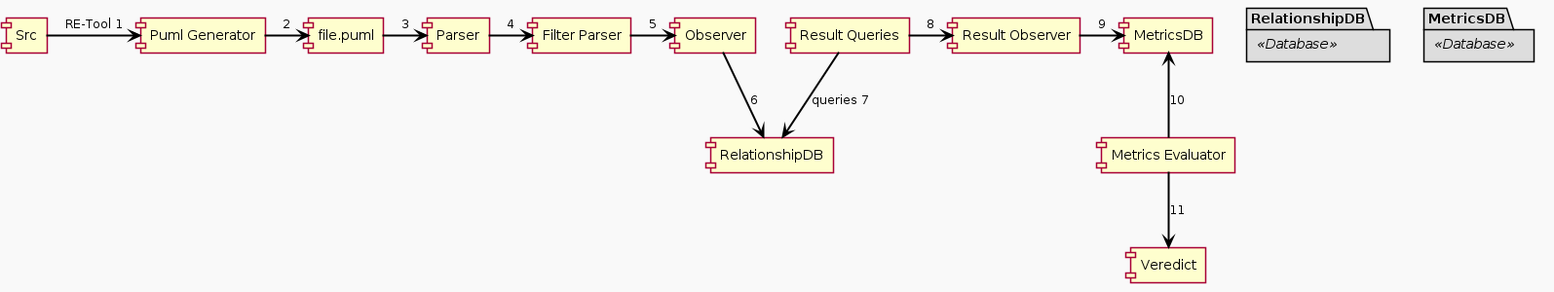
The PlantUML diagram Design/ComunicationDiagram.png in GonzaloGarciaZurlo/CodeDesignDeltaEvaluator, before a commit.
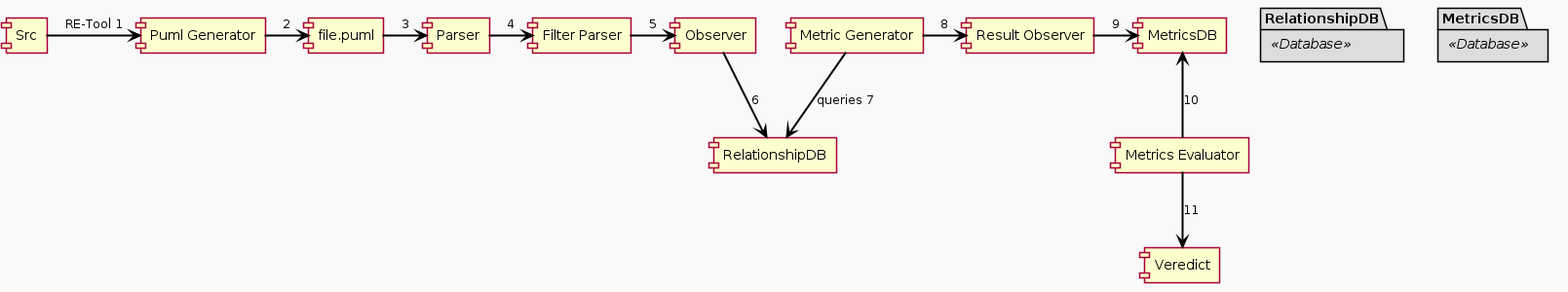
Later version of the same file.

Commit message:
Automated rendering of PlantUML diagrams

The edit, as a diff of the source:
```diff
@@ -19,8 +19,8 @@
 [Parser] -> [Filter Parser] : 4
 [Filter Parser] -> [Observer] : 5
 [Observer] --> [RelationshipDB] : 6
-[Result Queries] --> [RelationshipDB] : queries 7
-[Result Queries] -> [Result Observer] : 8
+[Metric Generator] --> [RelationshipDB] : queries 7
+[Metric Generator] -> [Result Observer] : 8
 [Result Observer] -> [MetricsDB] : 9
 [MetricsDB] <-- [Metrics Evaluator] : 10
 [Metrics Evaluator] --> [Veredict] : 11
```
